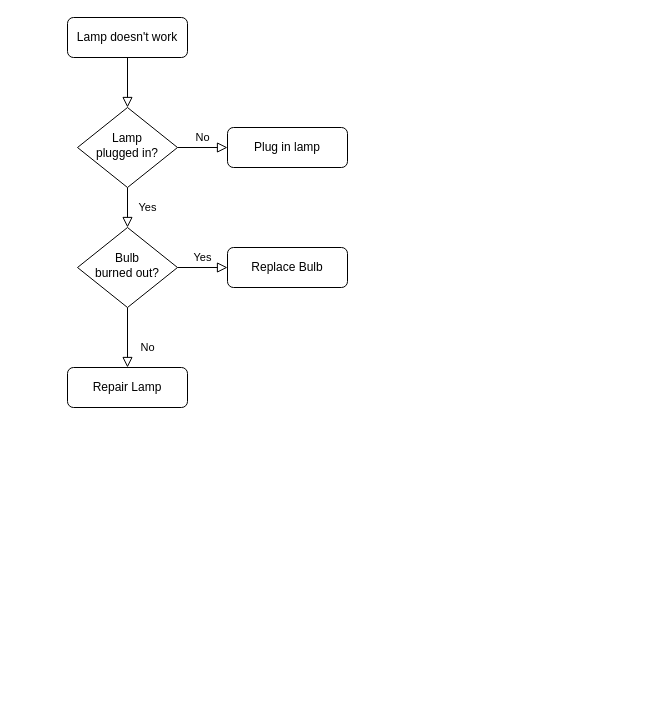
tommygood/WebTest1 keeps this draw.io diagram as Untitled Diagram.drawio. Above is the earlier version. Source tidied: cells renumbered, new cells numbered last; positions are measured from the earlier drawing's top-left corner, leaving out a move shared by most shapes. Both pictures are drawn from the tidied source at 100%, with x=0, y=0 at pixel (67, 17).
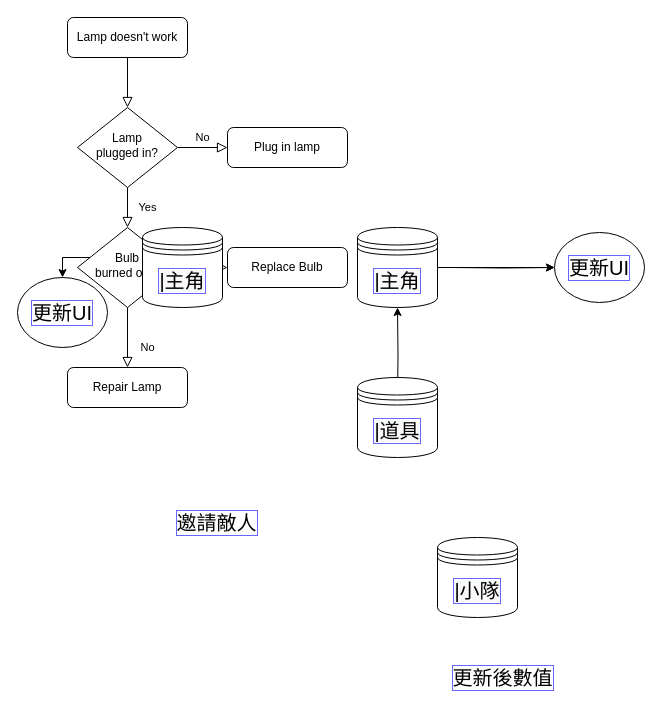
Above is the later version.

Change to the diagram source:
```diff
@@
+    <mxCell id="13" style="edgeStyle=orthogonalEdgeStyle;rounded=0;jettySize=auto;html=1;exitX=1;exitY=0.5;exitDx=0;exitDy=0;entryX=0;entryY=0.625;entryDx=0;entryDy=0;fontSize=20;entryPerimeter=0;fontStyle=0;" parent="1" edge="1" target="30">
+      <mxGeometry relative="1" as="geometry" />
+    </mxCell>
@@
+    <mxCell id="14" style="edgeStyle=orthogonalEdgeStyle;rounded=0;orthogonalLoop=1;jettySize=auto;html=1;exitX=0.25;exitY=1;exitDx=0;exitDy=0;entryX=0;entryY=0.5;entryDx=0;entryDy=0;fontSize=20;fontStyle=0;" parent="1" edge="1">
+      <mxGeometry relative="1" as="geometry" />
+    </mxCell>
@@
+    <mxCell id="15" style="edgeStyle=orthogonalEdgeStyle;rounded=0;orthogonalLoop=1;jettySize=auto;html=1;exitX=0.5;exitY=0;exitDx=0;exitDy=0;fontSize=20;fontStyle=0;" parent="1" edge="1">
+      <mxGeometry relative="1" as="geometry">
+        <mxPoint x="115" y="290" as="targetPoint" />
+      </mxGeometry>
+    </mxCell>
@@
+    <mxCell id="16" style="edgeStyle=orthogonalEdgeStyle;rounded=0;orthogonalLoop=1;jettySize=auto;html=1;exitX=0.75;exitY=0;exitDx=0;exitDy=0;entryX=0.75;entryY=0.95;entryDx=0;entryDy=0;entryPerimeter=0;fontSize=20;fontStyle=0;" parent="1" edge="1">
+      <mxGeometry relative="1" as="geometry">
+        <mxPoint x="145" y="220" as="sourcePoint" />
+      </mxGeometry>
+    </mxCell>
@@
+    <mxCell id="17" style="edgeStyle=orthogonalEdgeStyle;rounded=0;jettySize=auto;html=1;exitX=0.213;exitY=0.375;exitDx=0;exitDy=0;entryX=0.5;entryY=0;entryDx=0;entryDy=0;fontSize=20;exitPerimeter=0;fontStyle=0;" parent="1" edge="1" source="31" target="23">
+      <mxGeometry relative="1" as="geometry" />
+    </mxCell>
@@
+    <mxCell id="18" style="edgeStyle=orthogonalEdgeStyle;rounded=0;jettySize=auto;html=1;exitX=0;exitY=1;exitDx=0;exitDy=0;entryX=0.15;entryY=0.05;entryDx=0;entryDy=0;entryPerimeter=0;fontSize=20;fontStyle=0;" parent="1" edge="1" target="31">
+      <mxGeometry relative="1" as="geometry" />
+    </mxCell>
@@
+    <mxCell id="19" style="edgeStyle=orthogonalEdgeStyle;rounded=0;orthogonalLoop=1;jettySize=auto;html=1;fontSize=20;entryX=0.5;entryY=0;entryDx=0;entryDy=0;fontStyle=0;" parent="1" edge="1">
+      <mxGeometry relative="1" as="geometry">
+        <mxPoint x="310" y="130" as="sourcePoint" />
+        <mxPoint x="310" y="130" as="targetPoint" />
+      </mxGeometry>
+    </mxCell>
+    <mxCell id="20" style="edgeStyle=orthogonalEdgeStyle;rounded=0;jettySize=auto;html=1;fontSize=20;entryX=0;entryY=0.625;entryDx=0;entryDy=0;entryPerimeter=0;fontStyle=0;" parent="1" edge="1" target="32">
+      <mxGeometry relative="1" as="geometry" />
+    </mxCell>
+    <mxCell id="21" style="edgeStyle=orthogonalEdgeStyle;rounded=0;orthogonalLoop=1;jettySize=auto;html=1;exitX=0;exitY=0.5;exitDx=0;exitDy=0;fontSize=20;entryX=0.122;entryY=1;entryDx=0;entryDy=0;entryPerimeter=0;fontStyle=0;" parent="1" edge="1">
+      <mxGeometry relative="1" as="geometry">
+        <mxPoint x="80" y="450" as="targetPoint" />
+      </mxGeometry>
+    </mxCell>
+    <mxCell id="22" style="edgeStyle=orthogonalEdgeStyle;rounded=0;jettySize=auto;html=1;exitX=0.5;exitY=1;exitDx=0;exitDy=0;entryX=0;entryY=0.5;entryDx=0;entryDy=0;fontSize=20;fontStyle=0;" parent="1" edge="1" source="23">
+      <mxGeometry relative="1" as="geometry" />
+    </mxCell>
+    <mxCell id="23" value="更新UI" style="ellipse;whiteSpace=wrap;html=1;labelBackgroundColor=default;labelBorderColor=#6666FF;fontSize=20;fontStyle=0;" parent="1" vertex="1">
+      <mxGeometry x="-50" y="260" width="90" height="70" as="geometry" />
+    </mxCell>
+    <mxCell id="24" style="edgeStyle=orthogonalEdgeStyle;rounded=0;jettySize=auto;html=1;fontSize=20;entryX=0.5;entryY=1;entryDx=0;entryDy=0;fontStyle=0;" parent="1" edge="1" target="29">
+      <mxGeometry relative="1" as="geometry">
+        <mxPoint x="330" y="385" as="sourcePoint" />
+      </mxGeometry>
+    </mxCell>
+    <mxCell id="25" style="edgeStyle=orthogonalEdgeStyle;rounded=0;jettySize=auto;html=1;exitX=0.5;exitY=1;exitDx=0;exitDy=0;entryX=0.5;entryY=1;entryDx=0;entryDy=0;fontSize=20;fontStyle=0;" parent="1" edge="1" source="26">
+      <mxGeometry relative="1" as="geometry" />
+    </mxCell>
+    <mxCell id="26" value="更新UI" style="ellipse;whiteSpace=wrap;html=1;labelBackgroundColor=default;labelBorderColor=#6666FF;fontSize=20;fontStyle=0;" parent="1" vertex="1">
+      <mxGeometry x="487" y="215" width="90" height="70" as="geometry" />
+    </mxCell>
+    <mxCell id="27" style="edgeStyle=orthogonalEdgeStyle;rounded=0;jettySize=auto;html=1;exitX=1;exitY=0.5;exitDx=0;exitDy=0;fontSize=20;fontStyle=0;" parent="1" edge="1" target="26">
+      <mxGeometry relative="1" as="geometry">
+        <mxPoint x="385" y="250" as="sourcePoint" />
+      </mxGeometry>
+    </mxCell>
+    <mxCell id="28" style="edgeStyle=orthogonalEdgeStyle;rounded=0;jettySize=auto;html=1;fontSize=20;fontStyle=0;" parent="1" edge="1" source="29" target="26">
+      <mxGeometry relative="1" as="geometry" />
+    </mxCell>
+    <mxCell id="29" value="&lt;span style=&quot;color: rgb(0, 0, 0); font-family: Helvetica; font-size: 20px; font-style: normal; font-variant-ligatures: normal; font-variant-caps: normal; letter-spacing: normal; orphans: 2; text-align: center; text-indent: 0px; text-transform: none; widows: 2; word-spacing: 0px; -webkit-text-stroke-width: 0px; background-color: rgb(248, 249, 250); text-decoration-thickness: initial; text-decoration-style: initial; text-decoration-color: initial; float: none; display: inline !important;&quot;&gt;|主角&lt;/span&gt;" style="shape=datastore;whiteSpace=wrap;html=1;labelBackgroundColor=default;labelBorderColor=#6666FF;fontSize=20;fontStyle=0;" parent="1" vertex="1">
+      <mxGeometry x="290" y="210" width="80" height="80" as="geometry" />
+    </mxCell>
+    <mxCell id="30" value="&lt;span style=&quot;color: rgb(0, 0, 0); font-family: Helvetica; font-size: 20px; font-style: normal; font-variant-ligatures: normal; font-variant-caps: normal; letter-spacing: normal; orphans: 2; text-align: center; text-indent: 0px; text-transform: none; widows: 2; word-spacing: 0px; -webkit-text-stroke-width: 0px; background-color: rgb(248, 249, 250); text-decoration-thickness: initial; text-decoration-style: initial; text-decoration-color: initial; float: none; display: inline !important;&quot;&gt;|道具&lt;/span&gt;" style="shape=datastore;whiteSpace=wrap;html=1;labelBackgroundColor=default;labelBorderColor=#6666FF;fontSize=20;fontStyle=0;" parent="1" vertex="1">
+      <mxGeometry x="290" y="360" width="80" height="80" as="geometry" />
+    </mxCell>
+    <mxCell id="31" value="&lt;span style=&quot;color: rgb(0, 0, 0); font-family: Helvetica; font-size: 20px; font-style: normal; font-variant-ligatures: normal; font-variant-caps: normal; letter-spacing: normal; orphans: 2; text-align: center; text-indent: 0px; text-transform: none; widows: 2; word-spacing: 0px; -webkit-text-stroke-width: 0px; background-color: rgb(248, 249, 250); text-decoration-thickness: initial; text-decoration-style: initial; text-decoration-color: initial; float: none; display: inline !important;&quot;&gt;|主角&lt;/span&gt;" style="shape=datastore;whiteSpace=wrap;html=1;labelBackgroundColor=default;labelBorderColor=#6666FF;fontSize=20;fontStyle=0;" parent="1" vertex="1">
+      <mxGeometry x="75" y="210" width="80" height="80" as="geometry" />
+    </mxCell>
+    <mxCell id="32" value="&lt;span style=&quot;color: rgb(0, 0, 0); font-family: Helvetica; font-size: 20px; font-style: normal; font-variant-ligatures: normal; font-variant-caps: normal; letter-spacing: normal; orphans: 2; text-align: center; text-indent: 0px; text-transform: none; widows: 2; word-spacing: 0px; -webkit-text-stroke-width: 0px; background-color: rgb(248, 249, 250); text-decoration-thickness: initial; text-decoration-style: initial; text-decoration-color: initial; float: none; display: inline !important;&quot;&gt;|小隊&lt;/span&gt;" style="shape=datastore;whiteSpace=wrap;html=1;labelBackgroundColor=default;labelBorderColor=#6666FF;fontSize=20;fontStyle=0;" parent="1" vertex="1">
+      <mxGeometry x="370" y="520" width="80" height="80" as="geometry" />
+    </mxCell>
+    <mxCell id="33" value="&lt;span style=&quot;font-size: 20px;&quot;&gt;邀請敵人&lt;/span&gt;" style="text;html=1;align=center;verticalAlign=middle;fillColor=none;strokeColor=none;rounded=0;labelBackgroundColor=default;labelBorderColor=#6666FF;rotation=0;fontStyle=0;fontSize=20;" parent="1" vertex="1">
+      <mxGeometry x="99" y="490" width="100" height="30" as="geometry" />
+    </mxCell>
+    <mxCell id="34" value="更新後數值" style="text;html=1;align=center;verticalAlign=middle;fillColor=none;strokeColor=none;rounded=0;labelBackgroundColor=default;labelBorderColor=#6666FF;fontSize=20;fontStyle=0;" parent="1" vertex="1">
+      <mxGeometry x="375" y="645" width="120" height="30" as="geometry" />
+    </mxCell>
```
